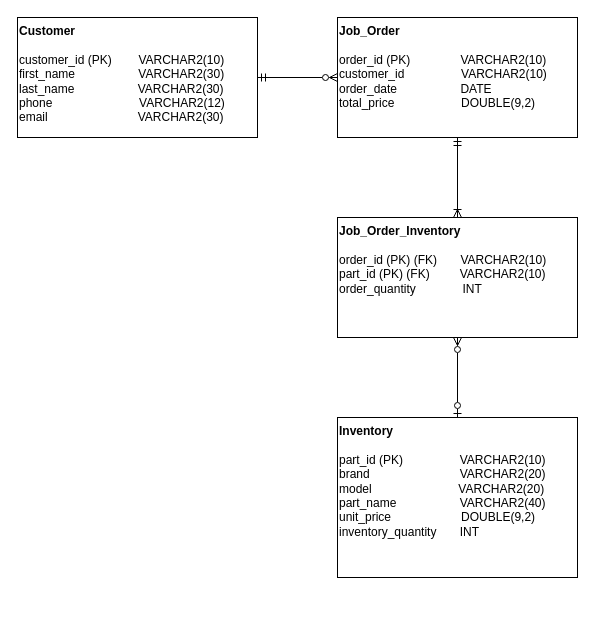
Earlier version of the draw.io diagram Documents/ERD.drawio (paphopta/cprg211_project). Source tidied: cells renumbered, new cells numbered last; positions are measured from the earlier drawing's top-left corner, leaving out a move shared by most shapes. Both pictures are drawn from the tidied source at 100%, with x=0, y=0 at pixel (17, 17).
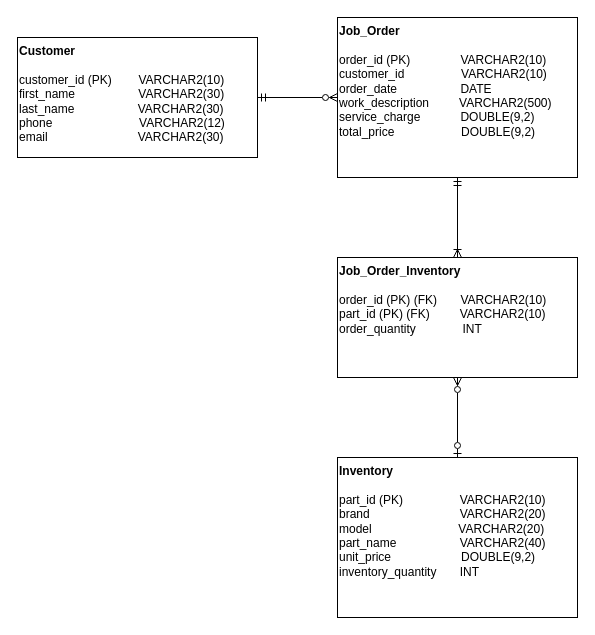
After the change.

Diff of the diagram source:
```diff
@@
 <mxGraphModel>
   <root>
     <mxCell id="0" />
     <mxCell id="1" parent="0" />
     <mxCell id="2" style="edgeStyle=orthogonalEdgeStyle;rounded=0;jettySize=auto;html=1;exitX=1;exitY=0.5;exitDx=0;exitDy=0;entryX=0;entryY=0.5;entryDx=0;entryDy=0;endArrow=ERzeroToMany;endFill=0;startArrow=ERmandOne;startFill=0;" parent="1" edge="1" source="3" target="5">
       <mxGeometry relative="1" as="geometry" />
     </mxCell>
     <mxCell id="3" value="&lt;b&gt;Customer&lt;/b&gt;&lt;div&gt;&lt;br&gt;&lt;/div&gt;&lt;div&gt;customer_id (PK)&amp;nbsp; &amp;nbsp; &amp;nbsp; &amp;nbsp;&amp;nbsp;&lt;span style=&quot;background-color: transparent; color: light-dark(rgb(0, 0, 0), rgb(255, 255, 255));&quot;&gt;VARCHAR2(10)&lt;/span&gt;&lt;/div&gt;&lt;div&gt;first_name&amp;nbsp; &amp;nbsp; &amp;nbsp; &amp;nbsp; &amp;nbsp; &amp;nbsp; &amp;nbsp; &amp;nbsp; &amp;nbsp; &amp;nbsp;VARCHAR2(30)&lt;/div&gt;&lt;div&gt;last_name&lt;span style=&quot;background-color: transparent; color: light-dark(rgb(0, 0, 0), rgb(255, 255, 255));&quot;&gt;&amp;nbsp; &amp;nbsp; &amp;nbsp; &amp;nbsp; &amp;nbsp; &amp;nbsp; &amp;nbsp; &amp;nbsp; &amp;nbsp; &amp;nbsp;VARCHAR2(30)&lt;/span&gt;&lt;/div&gt;&lt;div&gt;phone&lt;span style=&quot;background-color: transparent; color: light-dark(rgb(0, 0, 0), rgb(255, 255, 255));&quot;&gt;&amp;nbsp; &amp;nbsp; &amp;nbsp; &amp;nbsp; &amp;nbsp; &amp;nbsp; &amp;nbsp; &amp;nbsp; &amp;nbsp; &amp;nbsp; &amp;nbsp; &amp;nbsp; &amp;nbsp; VARCHAR2(12)&lt;/span&gt;&lt;/div&gt;&lt;div&gt;email&lt;span style=&quot;background-color: transparent; color: light-dark(rgb(0, 0, 0), rgb(255, 255, 255));&quot;&gt;&amp;nbsp; &amp;nbsp; &amp;nbsp; &amp;nbsp; &amp;nbsp; &amp;nbsp; &amp;nbsp; &amp;nbsp; &amp;nbsp; &amp;nbsp; &amp;nbsp; &amp;nbsp; &amp;nbsp; &amp;nbsp;VARCHAR2(30)&lt;/span&gt;&lt;/div&gt;" style="rounded=0;whiteSpace=wrap;html=1;align=left;verticalAlign=top;" parent="1" vertex="1">
-      <mxGeometry width="240" height="120" as="geometry" />
+      <mxGeometry y="20" width="240" height="120" as="geometry" />
     </mxCell>
     <mxCell id="4" value="&lt;div&gt;&lt;b&gt;Inventory&lt;/b&gt;&lt;/div&gt;&lt;div&gt;&lt;br&gt;&lt;/div&gt;&lt;div&gt;part_id (PK)&amp;nbsp; &amp;nbsp; &amp;nbsp; &amp;nbsp; &amp;nbsp; &amp;nbsp; &amp;nbsp; &amp;nbsp; &amp;nbsp;&lt;span style=&quot;background-color: transparent; color: light-dark(rgb(0, 0, 0), rgb(255, 255, 255));&quot;&gt;VARCHAR2(10)&lt;/span&gt;&lt;/div&gt;&lt;div&gt;brand&lt;span style=&quot;background-color: transparent; color: light-dark(rgb(0, 0, 0), rgb(255, 255, 255));&quot;&gt;&amp;nbsp; &amp;nbsp; &amp;nbsp; &amp;nbsp; &amp;nbsp; &amp;nbsp; &amp;nbsp; &amp;nbsp; &amp;nbsp; &amp;nbsp; &amp;nbsp; &amp;nbsp; &amp;nbsp; &amp;nbsp;VARCHAR2(20)&lt;/span&gt;&lt;/div&gt;&lt;div&gt;model&lt;span style=&quot;background-color: transparent; color: light-dark(rgb(0, 0, 0), rgb(255, 255, 255));&quot;&gt;&amp;nbsp; &amp;nbsp; &amp;nbsp; &amp;nbsp; &amp;nbsp; &amp;nbsp; &amp;nbsp; &amp;nbsp; &amp;nbsp; &amp;nbsp; &amp;nbsp; &amp;nbsp; &amp;nbsp; VARCHAR2(20)&lt;/span&gt;&lt;/div&gt;&lt;div&gt;part_name&lt;span style=&quot;background-color: transparent; color: light-dark(rgb(0, 0, 0), rgb(255, 255, 255));&quot;&gt;&amp;nbsp; &amp;nbsp; &amp;nbsp; &amp;nbsp; &amp;nbsp; &amp;nbsp; &amp;nbsp; &amp;nbsp; &amp;nbsp; &amp;nbsp;VARCHAR2(40)&lt;/span&gt;&lt;/div&gt;&lt;div&gt;unit_price&amp;nbsp; &amp;nbsp; &amp;nbsp; &amp;nbsp; &amp;nbsp; &amp;nbsp; &amp;nbsp; &amp;nbsp; &amp;nbsp; &amp;nbsp; &amp;nbsp;DOUBLE(9,2)&lt;/div&gt;&lt;div&gt;inventory_quantity&amp;nbsp; &amp;nbsp; &amp;nbsp; &amp;nbsp;INT&lt;/div&gt;" style="rounded=0;whiteSpace=wrap;html=1;align=left;verticalAlign=top;" parent="1" vertex="1">
-      <mxGeometry x="320" y="400" width="240" height="160" as="geometry" />
+      <mxGeometry x="320" y="440" width="240" height="160" as="geometry" />
     </mxCell>
-    <mxCell id="5" value="&lt;b&gt;Job_Order&lt;/b&gt;&lt;div&gt;&lt;br&gt;&lt;/div&gt;&lt;div&gt;order_id (PK)&lt;span style=&quot;background-color: transparent; color: light-dark(rgb(0, 0, 0), rgb(255, 255, 255));&quot;&gt;&amp;nbsp; &amp;nbsp; &amp;nbsp; &amp;nbsp; &amp;nbsp; &amp;nbsp; &amp;nbsp; &amp;nbsp;&lt;/span&gt;&lt;span style=&quot;background-color: transparent; color: light-dark(rgb(0, 0, 0), rgb(255, 255, 255));&quot;&gt;VARCHAR2(10)&lt;/span&gt;&lt;/div&gt;&lt;div&gt;customer_id&lt;span style=&quot;background-color: transparent; color: light-dark(rgb(0, 0, 0), rgb(255, 255, 255));&quot;&gt;&amp;nbsp; &amp;nbsp; &amp;nbsp; &amp;nbsp; &amp;nbsp; &amp;nbsp; &amp;nbsp; &amp;nbsp; &amp;nbsp;&lt;/span&gt;&lt;span style=&quot;background-color: transparent; color: light-dark(rgb(0, 0, 0), rgb(255, 255, 255));&quot;&gt;VARCHAR2(10)&lt;/span&gt;&lt;/div&gt;&lt;div&gt;order_date&amp;nbsp; &amp;nbsp; &amp;nbsp; &amp;nbsp; &amp;nbsp; &amp;nbsp; &amp;nbsp; &amp;nbsp; &amp;nbsp; &amp;nbsp;DATE&lt;/div&gt;&lt;div&gt;total_price&lt;span style=&quot;background-color: transparent; color: light-dark(rgb(0, 0, 0), rgb(255, 255, 255));&quot;&gt;&amp;nbsp; &amp;nbsp; &amp;nbsp; &amp;nbsp; &amp;nbsp; &amp;nbsp; &amp;nbsp; &amp;nbsp; &amp;nbsp; &amp;nbsp; DOUBLE(9,2)&lt;/span&gt;&lt;/div&gt;" style="rounded=0;whiteSpace=wrap;html=1;align=left;verticalAlign=top;" parent="1" vertex="1">
-      <mxGeometry x="320" width="240" height="120" as="geometry" />
+    <mxCell id="5" value="&lt;b&gt;Job_Order&lt;/b&gt;&lt;div&gt;&lt;br&gt;&lt;/div&gt;&lt;div&gt;order_id (PK)&lt;span style=&quot;background-color: transparent; color: light-dark(rgb(0, 0, 0), rgb(255, 255, 255));&quot;&gt;&amp;nbsp; &amp;nbsp; &amp;nbsp; &amp;nbsp; &amp;nbsp; &amp;nbsp; &amp;nbsp; &amp;nbsp;&lt;/span&gt;&lt;span style=&quot;background-color: transparent; color: light-dark(rgb(0, 0, 0), rgb(255, 255, 255));&quot;&gt;VARCHAR2(10)&lt;/span&gt;&lt;/div&gt;&lt;div&gt;customer_id&lt;span style=&quot;background-color: transparent; color: light-dark(rgb(0, 0, 0), rgb(255, 255, 255));&quot;&gt;&amp;nbsp; &amp;nbsp; &amp;nbsp; &amp;nbsp; &amp;nbsp; &amp;nbsp; &amp;nbsp; &amp;nbsp; &amp;nbsp;&lt;/span&gt;&lt;span style=&quot;background-color: transparent; color: light-dark(rgb(0, 0, 0), rgb(255, 255, 255));&quot;&gt;VARCHAR2(10)&lt;/span&gt;&lt;/div&gt;&lt;div&gt;order_date&amp;nbsp; &amp;nbsp; &amp;nbsp; &amp;nbsp; &amp;nbsp; &amp;nbsp; &amp;nbsp; &amp;nbsp; &amp;nbsp; &amp;nbsp;DATE&lt;/div&gt;&lt;div&gt;work_description&amp;nbsp; &amp;nbsp; &amp;nbsp; &amp;nbsp; &amp;nbsp;&lt;span style=&quot;background-color: transparent; color: light-dark(rgb(0, 0, 0), rgb(255, 255, 255));&quot;&gt;VARCHAR2(500)&lt;/span&gt;&lt;/div&gt;&lt;div&gt;&lt;span style=&quot;background-color: transparent; color: light-dark(rgb(0, 0, 0), rgb(255, 255, 255));&quot;&gt;service_charge&amp;nbsp; &amp;nbsp; &amp;nbsp; &amp;nbsp; &amp;nbsp; &amp;nbsp;&amp;nbsp;&lt;/span&gt;&lt;span style=&quot;background-color: transparent; color: light-dark(rgb(0, 0, 0), rgb(255, 255, 255));&quot;&gt;DOUBLE(9,2)&lt;/span&gt;&lt;/div&gt;&lt;div&gt;total_price&lt;span style=&quot;background-color: transparent; color: light-dark(rgb(0, 0, 0), rgb(255, 255, 255));&quot;&gt;&amp;nbsp; &amp;nbsp; &amp;nbsp; &amp;nbsp; &amp;nbsp; &amp;nbsp; &amp;nbsp; &amp;nbsp; &amp;nbsp; &amp;nbsp; DOUBLE(9,2)&lt;/span&gt;&lt;/div&gt;" style="rounded=0;whiteSpace=wrap;html=1;align=left;verticalAlign=top;" parent="1" vertex="1">
+      <mxGeometry x="320" width="240" height="160" as="geometry" />
     </mxCell>
     <mxCell id="6" value="&lt;b&gt;Job_Order_Inventory&lt;/b&gt;&lt;div&gt;&lt;br&gt;&lt;/div&gt;&lt;div&gt;order_id (PK) (FK)&lt;span style=&quot;background-color: transparent; color: light-dark(rgb(0, 0, 0), rgb(255, 255, 255));&quot;&gt;&amp;nbsp; &amp;nbsp; &amp;nbsp; &amp;nbsp;&lt;/span&gt;&lt;span style=&quot;background-color: transparent; color: light-dark(rgb(0, 0, 0), rgb(255, 255, 255));&quot;&gt;VARCHAR2(10)&lt;/span&gt;&lt;/div&gt;&lt;div&gt;part_id (PK) (FK)&amp;nbsp; &amp;nbsp; &amp;nbsp; &amp;nbsp; &amp;nbsp;&lt;span style=&quot;color: light-dark(rgb(0, 0, 0), rgb(255, 255, 255)); background-color: transparent;&quot;&gt;VARCHAR2(10)&lt;/span&gt;&lt;/div&gt;&lt;div&gt;order_quantity&amp;nbsp; &amp;nbsp; &amp;nbsp; &amp;nbsp; &amp;nbsp; &amp;nbsp; &amp;nbsp; INT&lt;span style=&quot;color: light-dark(rgb(0, 0, 0), rgb(255, 255, 255)); background-color: transparent;&quot;&gt;&lt;/span&gt;&lt;/div&gt;" style="rounded=0;whiteSpace=wrap;html=1;align=left;verticalAlign=top;" parent="1" vertex="1">
-      <mxGeometry x="320" y="200" width="240" height="120" as="geometry" />
+      <mxGeometry x="320" y="240" width="240" height="120" as="geometry" />
     </mxCell>
     <mxCell id="7" style="endArrow=ERmandOne;html=1;rounded=0;entryX=0.5;entryY=1;entryDx=0;entryDy=0;endFill=0;startFill=0;startArrow=ERoneToMany;" parent="1" edge="1" source="6" target="5">
       <mxGeometry relative="1" as="geometry" />
     </mxCell>
     <mxCell id="8" style="endArrow=ERzeroToMany;html=1;rounded=0;entryX=0.5;entryY=1;entryDx=0;entryDy=0;exitX=0.5;exitY=0;exitDx=0;exitDy=0;endFill=0;startArrow=ERzeroToOne;startFill=0;" parent="1" edge="1" source="4" target="6">
       <mxGeometry relative="1" as="geometry" />
     </mxCell>
   </root>
 </mxGraphModel>
```
